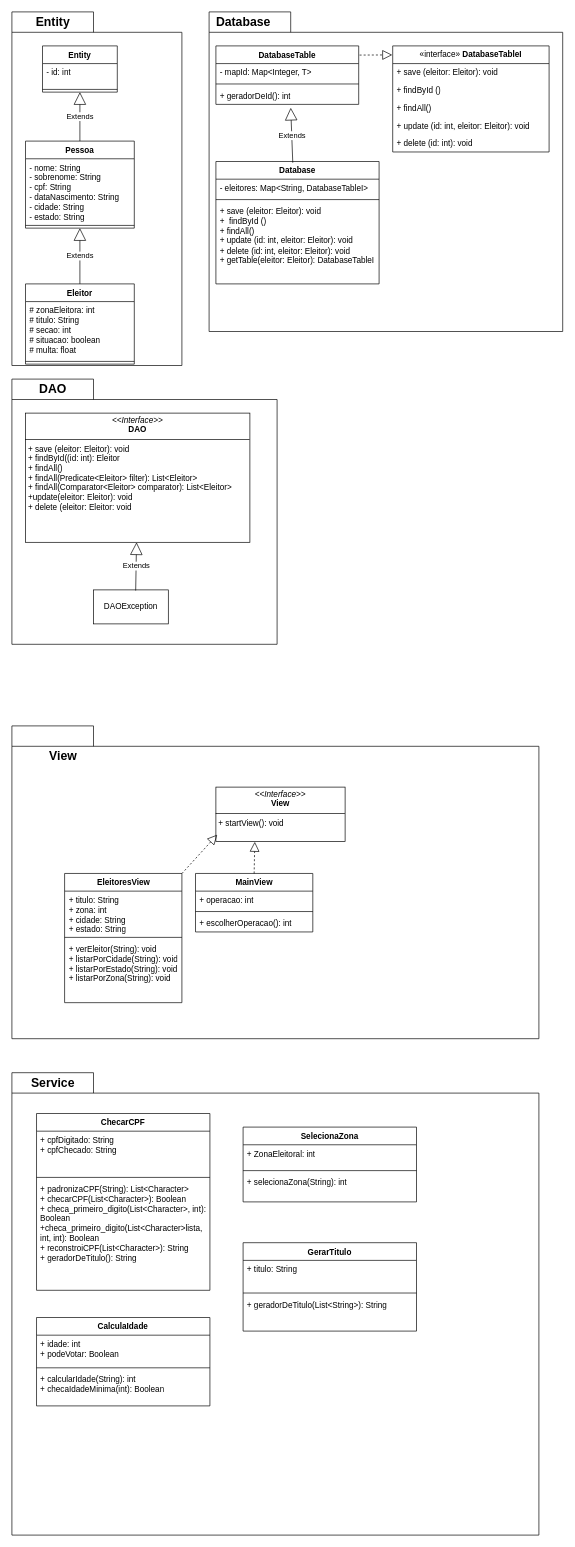
Earlier version of the draw.io diagram Diagrama sem nome.drawio (fseabra93/proj_final_LP2). Source tidied: cells renumbered, new cells numbered last; positions are measured from the earlier drawing's top-left corner, leaving out a move shared by most shapes. Both pictures are drawn from the tidied source at 68%, with x=0, y=0 at pixel (12, 12).
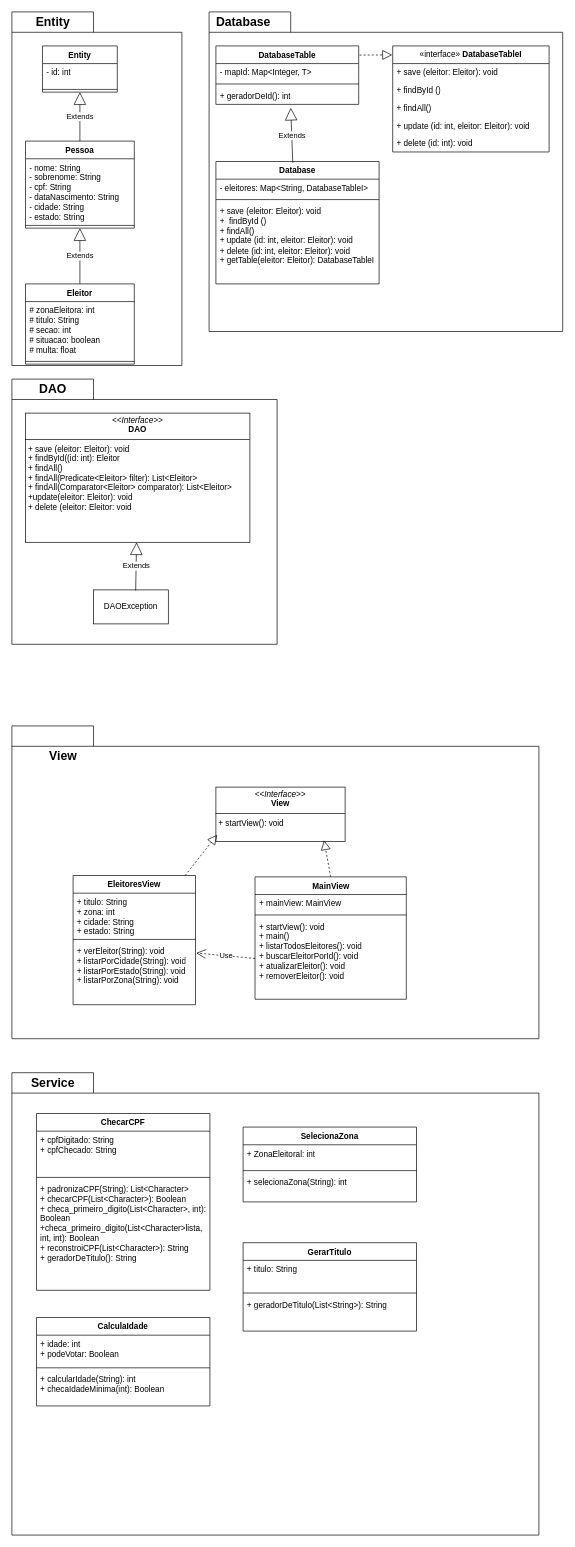
Above is the later version.

Unchanged cells that the change refers to:
```xml
<mxCell id="41" value="&lt;p style=&quot;margin:0px;margin-top:4px;text-align:center;&quot;&gt;&lt;i&gt;&amp;lt;&amp;lt;Interface&amp;gt;&amp;gt;&lt;/i&gt;&lt;br&gt;&lt;b&gt;View&lt;/b&gt;&lt;/p&gt;&lt;hr size=&quot;1&quot; style=&quot;border-style:solid;&quot;&gt;&lt;p style=&quot;margin:0px;margin-left:4px;&quot;&gt;+ startView(): void&lt;br&gt;&lt;br&gt;&lt;/p&gt;" style="verticalAlign=top;align=left;overflow=fill;html=1;whiteSpace=wrap;" parent="1" vertex="1">
  <mxGeometry x="300" y="1140" width="190" height="80" as="geometry" />
</mxCell>
```

The edit, as a diff of the source:
```diff
@@
     <mxCell id="42" value="MainView" style="swimlane;fontStyle=1;align=center;verticalAlign=top;horizontal=1;startSize=26;whiteSpace=wrap;html=1;" parent="1" vertex="1">
-      <mxGeometry x="270" y="1267" width="172.5" height="86" as="geometry" />
+      <mxGeometry x="357.5" y="1272" width="222.5" height="180" as="geometry" />
     </mxCell>
-    <mxCell id="43" value="+ operacao: int" style="text;strokeColor=none;fillColor=none;align=left;verticalAlign=top;spacingLeft=4;spacingRight=4;overflow=hidden;whiteSpace=wrap;html=1;" parent="42" vertex="1">
-      <mxGeometry y="26" width="172.5" height="26" as="geometry" />
+    <mxCell id="43" value="+ mainView: MainView" style="text;strokeColor=none;fillColor=none;align=left;verticalAlign=top;spacingLeft=4;spacingRight=4;overflow=hidden;whiteSpace=wrap;html=1;" parent="42" vertex="1">
+      <mxGeometry y="26" width="222.5" height="26" as="geometry" />
     </mxCell>
     <mxCell id="44" style="line;strokeWidth=1;fillColor=none;align=left;verticalAlign=middle;spacingTop=-1;spacingLeft=3;spacingRight=3;labelPosition=right;strokeColor=inherit;" parent="42" vertex="1">
-      <mxGeometry y="52" width="172.5" height="8" as="geometry" />
+      <mxGeometry y="52" width="222.5" height="8" as="geometry" />
     </mxCell>
-    <mxCell id="45" value="+ escolherOperacao(): int" style="text;strokeColor=none;fillColor=none;align=left;verticalAlign=top;spacingLeft=4;spacingRight=4;overflow=hidden;points=[[0,0.5],[1,0.5]];portConstraint=eastwest;whiteSpace=wrap;html=1;" parent="42" vertex="1">
-      <mxGeometry y="60" width="172.5" height="26" as="geometry" />
+    <mxCell id="45" value="+ startView(): void&lt;div&gt;+ main()&lt;/div&gt;&lt;div&gt;+&amp;nbsp;listarTodosEleitores(): void&lt;/div&gt;&lt;div&gt;+&amp;nbsp;buscarEleitorPorId(): void&lt;/div&gt;&lt;div&gt;+&amp;nbsp;atualizarEleitor(): void&lt;/div&gt;&lt;div&gt;+&amp;nbsp;removerEleitor(): void&lt;/div&gt;&lt;div&gt;&lt;br&gt;&lt;/div&gt;" style="text;strokeColor=none;fillColor=none;align=left;verticalAlign=top;spacingLeft=4;spacingRight=4;overflow=hidden;points=[[0,0.5],[1,0.5]];portConstraint=eastwest;whiteSpace=wrap;html=1;" parent="42" vertex="1">
+      <mxGeometry y="60" width="222.5" height="120" as="geometry" />
     </mxCell>
-    <mxCell id="46" style="endArrow=block;dashed=1;endFill=0;endSize=12;html=1;rounded=0;entryX=0.301;entryY=1.006;entryDx=0;entryDy=0;entryPerimeter=0;exitX=0.5;exitY=0;exitDx=0;exitDy=0;" parent="1" edge="1" source="42" target="41">
+    <mxCell id="46" style="endArrow=block;dashed=1;endFill=0;endSize=12;html=1;rounded=0;entryX=0.837;entryY=0.975;entryDx=0;entryDy=0;entryPerimeter=0;exitX=0.5;exitY=0;exitDx=0;exitDy=0;" parent="1" edge="1" source="42" target="41">
       <mxGeometry relative="1" as="geometry" />
     </mxCell>
     <mxCell id="47" value="EleitoresView" style="swimlane;fontStyle=1;align=center;verticalAlign=top;horizontal=1;startSize=26;whiteSpace=wrap;html=1;" parent="1" vertex="1">
-      <mxGeometry x="77.5" y="1267" width="172.5" height="190" as="geometry" />
+      <mxGeometry x="90" y="1270" width="180" height="190" as="geometry" />
     </mxCell>
     <mxCell id="48" value="&lt;div&gt;+ titulo: String&lt;/div&gt;+ zona: int&lt;div&gt;+ cidade: String&lt;/div&gt;&lt;div&gt;+ estado: String&lt;/div&gt;" style="text;strokeColor=none;fillColor=none;align=left;verticalAlign=top;spacingLeft=4;spacingRight=4;overflow=hidden;whiteSpace=wrap;html=1;" parent="47" vertex="1">
-      <mxGeometry y="26" width="172.5" height="64" as="geometry" />
+      <mxGeometry y="26" width="180" height="64" as="geometry" />
     </mxCell>
     <mxCell id="49" style="line;strokeWidth=1;fillColor=none;align=left;verticalAlign=middle;spacingTop=-1;spacingLeft=3;spacingRight=3;labelPosition=right;strokeColor=inherit;" parent="47" vertex="1">
-      <mxGeometry y="90" width="172.5" height="8" as="geometry" />
+      <mxGeometry y="90" width="180" height="8" as="geometry" />
     </mxCell>
     <mxCell id="50" value="+ verEleitor(String): void&lt;div&gt;+ listarPorCidade&lt;span style=&quot;background-color: initial;&quot;&gt;(String): void&lt;/span&gt;&lt;/div&gt;&lt;div&gt;&lt;span style=&quot;background-color: initial;&quot;&gt;+ listarPorEstado&lt;/span&gt;&lt;span style=&quot;background-color: initial;&quot;&gt;(String): void&lt;/span&gt;&lt;/div&gt;&lt;div&gt;+ listarPorZona&lt;span style=&quot;background-color: initial;&quot;&gt;(String): void&lt;/span&gt;&lt;/div&gt;" style="text;strokeColor=none;fillColor=none;align=left;verticalAlign=top;spacingLeft=4;spacingRight=4;overflow=hidden;points=[[0,0.5],[1,0.5]];portConstraint=eastwest;whiteSpace=wrap;html=1;" parent="47" vertex="1">
-      <mxGeometry y="98" width="172.5" height="92" as="geometry" />
+      <mxGeometry y="98" width="180" height="92" as="geometry" />
     </mxCell>
@@
+    <mxCell id="70" value="Use" style="endArrow=open;endSize=12;dashed=1;html=1;rounded=0;entryX=1.006;entryY=0.174;entryDx=0;entryDy=0;entryPerimeter=0;exitX=0;exitY=0.5;exitDx=0;exitDy=0;" parent="1" edge="1" source="45" target="50">
+      <mxGeometry relative="1" as="geometry" />
+    </mxCell>
```
